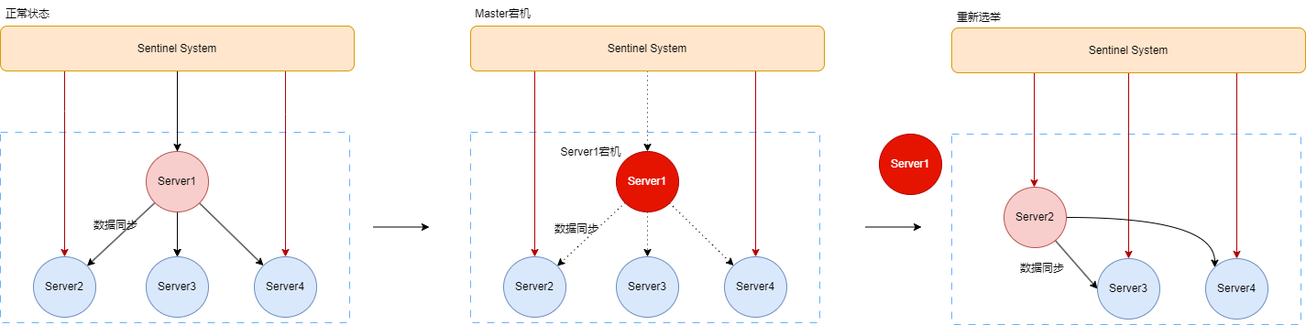
xmopen/drawio keeps this draw.io diagram as redis/redis_sentinel.png. Above is the earlier version. Source tidied: cells renumbered, new cells last; positions are measured from the earlier drawing's top-left corner, leaving out a move shared by most shapes.
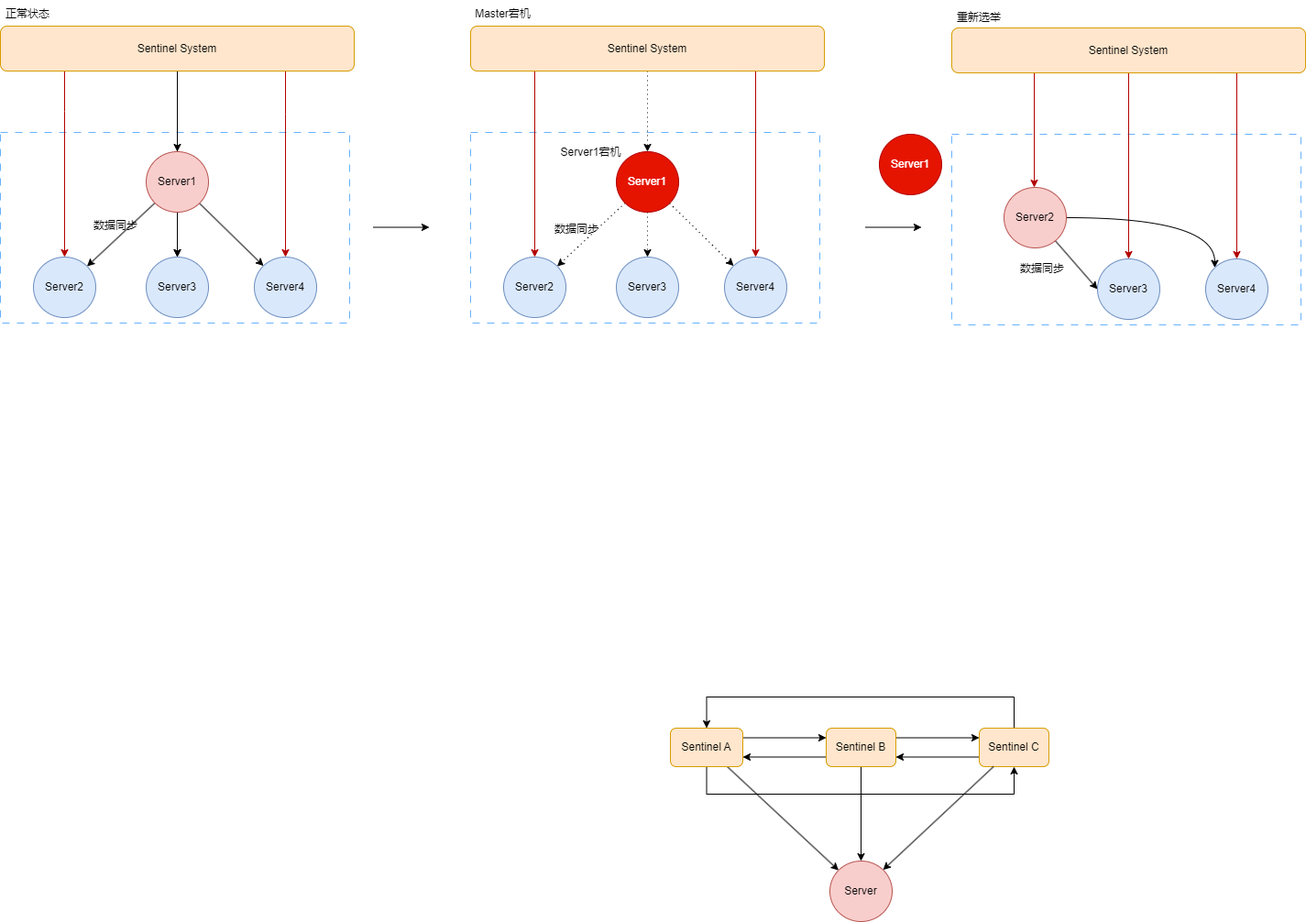
Later version of the same file.

Change to the diagram source:
```diff
@@ -169,5 +169,54 @@
     <mxCell id="46" value="数据同步" style="text;html=1;align=center;verticalAlign=middle;whiteSpace=wrap;rounded=0;" parent="1" vertex="1">
       <mxGeometry x="1107" y="278" width="60" height="30" as="geometry" />
     </mxCell>
+    <mxCell id="47" style="edgeStyle=orthogonalEdgeStyle;rounded=0;jettySize=auto;html=1;exitX=1;exitY=0.25;exitDx=0;exitDy=0;entryX=0;entryY=0.25;entryDx=0;entryDy=0;" parent="1" edge="1" source="50" target="54">
+      <mxGeometry relative="1" as="geometry" />
+    </mxCell>
+    <mxCell id="48" style="edgeStyle=orthogonalEdgeStyle;rounded=0;jettySize=auto;html=1;entryX=0.5;entryY=1;entryDx=0;entryDy=0;" parent="1" edge="1" source="50" target="57">
+      <mxGeometry relative="1" as="geometry">
+        <Array as="points">
+          <mxPoint x="771" y="866" />
+          <mxPoint x="1106" y="866" />
+        </Array>
+      </mxGeometry>
+    </mxCell>
+    <mxCell id="49" style="rounded=0;jettySize=auto;html=1;" parent="1" edge="1" source="50" target="58">
+      <mxGeometry relative="1" as="geometry" />
+    </mxCell>
+    <mxCell id="50" value="Sentinel A" style="rounded=1;whiteSpace=wrap;html=1;fillColor=#ffe6cc;strokeColor=#d79b00;" parent="1" vertex="1">
+      <mxGeometry x="731" y="794" width="79" height="42" as="geometry" />
+    </mxCell>
+    <mxCell id="51" style="edgeStyle=orthogonalEdgeStyle;rounded=0;jettySize=auto;html=1;exitX=0;exitY=0.75;exitDx=0;exitDy=0;entryX=1;entryY=0.75;entryDx=0;entryDy=0;" parent="1" edge="1" source="54" target="50">
+      <mxGeometry relative="1" as="geometry" />
+    </mxCell>
+    <mxCell id="52" style="edgeStyle=orthogonalEdgeStyle;rounded=0;jettySize=auto;html=1;exitX=1;exitY=0.25;exitDx=0;exitDy=0;entryX=0;entryY=0.25;entryDx=0;entryDy=0;" parent="1" edge="1" source="54" target="57">
+      <mxGeometry relative="1" as="geometry" />
+    </mxCell>
+    <mxCell id="53" style="edgeStyle=orthogonalEdgeStyle;rounded=0;jettySize=auto;html=1;" parent="1" edge="1" source="54" target="58">
+      <mxGeometry relative="1" as="geometry" />
+    </mxCell>
+    <mxCell id="54" value="Sentinel B" style="rounded=1;whiteSpace=wrap;html=1;fillColor=#ffe6cc;strokeColor=#d79b00;" parent="1" vertex="1">
+      <mxGeometry x="901" y="794" width="76" height="42" as="geometry" />
+    </mxCell>
+    <mxCell id="55" style="edgeStyle=orthogonalEdgeStyle;rounded=0;jettySize=auto;html=1;exitX=0;exitY=0.75;exitDx=0;exitDy=0;entryX=1;entryY=0.75;entryDx=0;entryDy=0;" parent="1" edge="1" source="57" target="54">
+      <mxGeometry relative="1" as="geometry" />
+    </mxCell>
+    <mxCell id="56" style="edgeStyle=orthogonalEdgeStyle;rounded=0;jettySize=auto;html=1;exitX=0.5;exitY=0;exitDx=0;exitDy=0;entryX=0.5;entryY=0;entryDx=0;entryDy=0;" parent="1" edge="1" source="57" target="50">
+      <mxGeometry relative="1" as="geometry">
+        <Array as="points">
+          <mxPoint x="1106" y="760" />
+          <mxPoint x="771" y="760" />
+        </Array>
+      </mxGeometry>
+    </mxCell>
+    <mxCell id="57" value="Sentinel C" style="rounded=1;whiteSpace=wrap;html=1;fillColor=#ffe6cc;strokeColor=#d79b00;" parent="1" vertex="1">
+      <mxGeometry x="1068" y="794" width="76" height="42" as="geometry" />
+    </mxCell>
+    <mxCell id="58" value="Server" style="ellipse;whiteSpace=wrap;html=1;fillColor=#f8cecc;strokeColor=#b85450;" parent="1" vertex="1">
+      <mxGeometry x="905" y="939" width="68" height="66" as="geometry" />
+    </mxCell>
+    <mxCell id="59" style="rounded=0;jettySize=auto;html=1;entryX=1;entryY=0;entryDx=0;entryDy=0;" parent="1" edge="1" source="57" target="58">
+      <mxGeometry relative="1" as="geometry" />
+    </mxCell>
   </root>
 </mxGraphModel>
```
